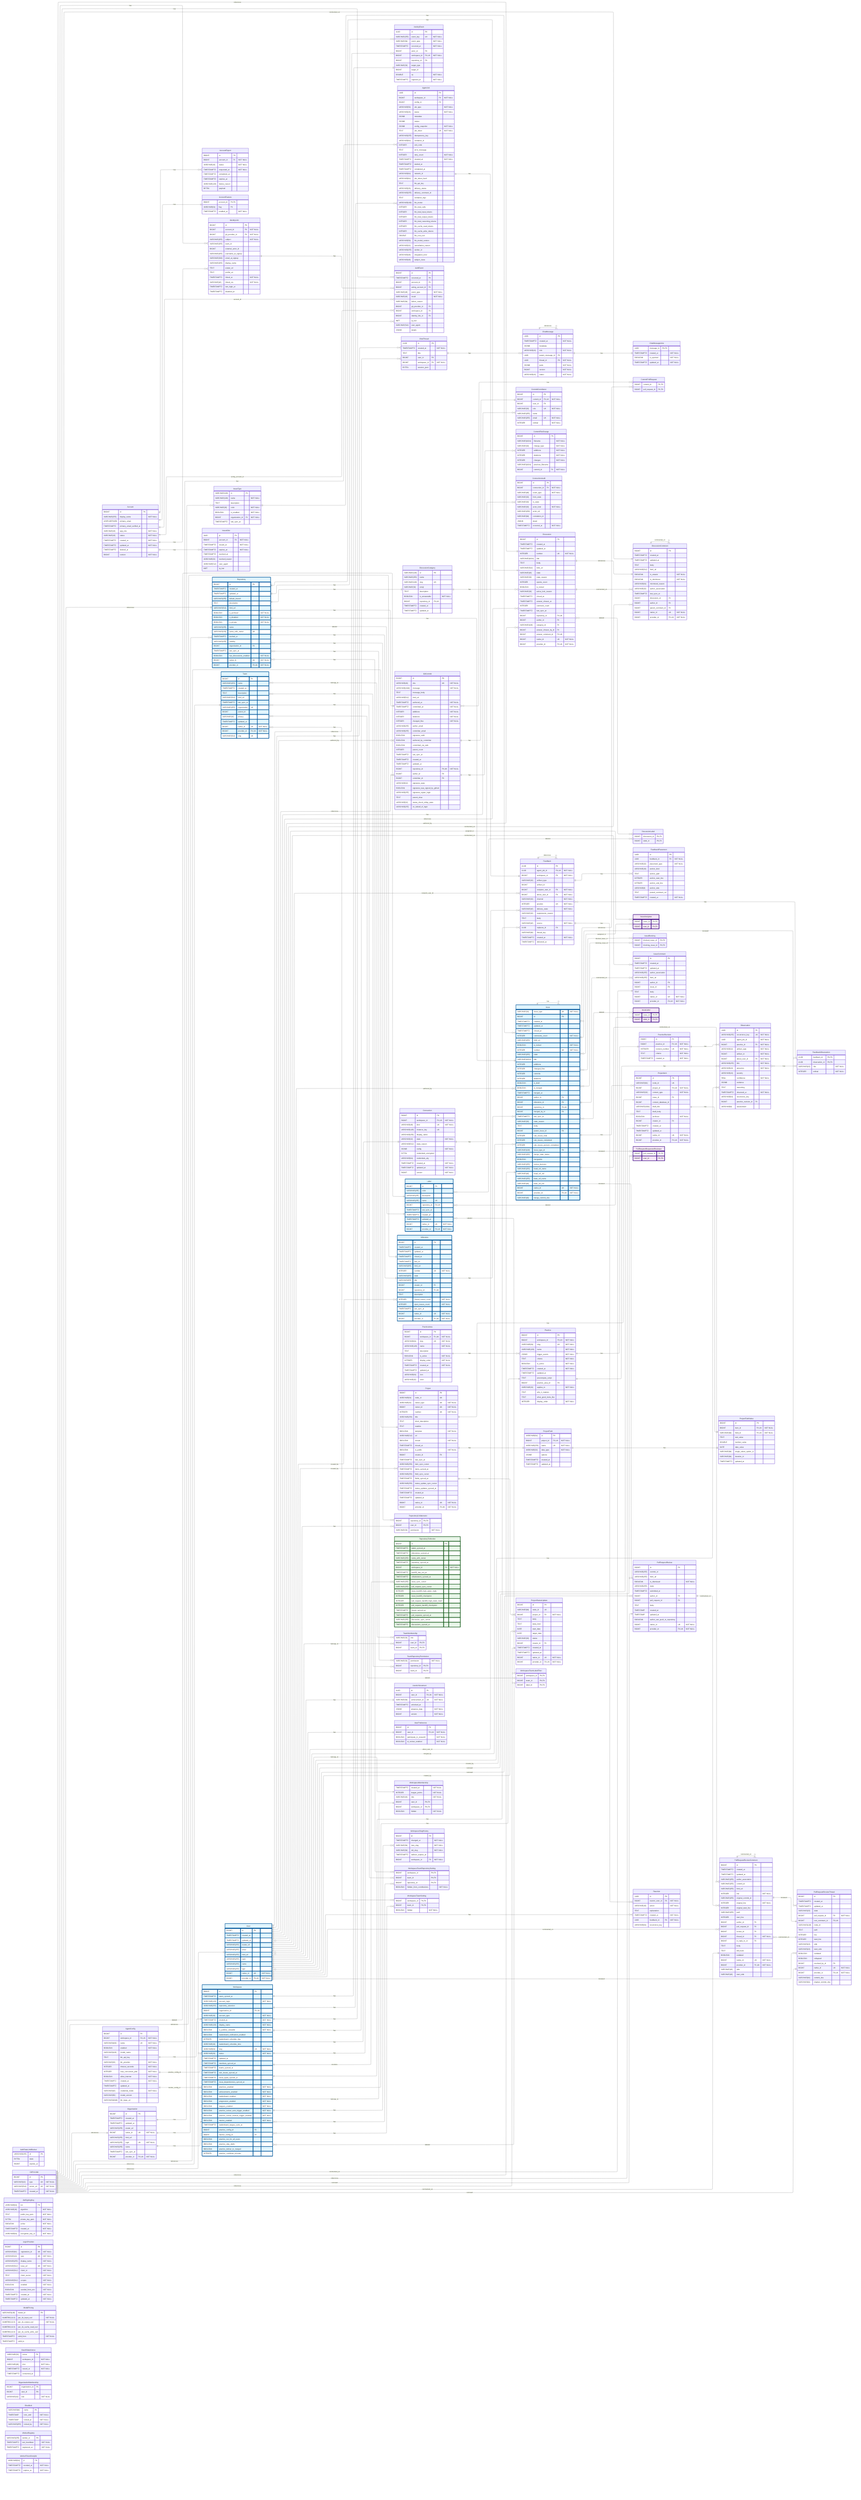
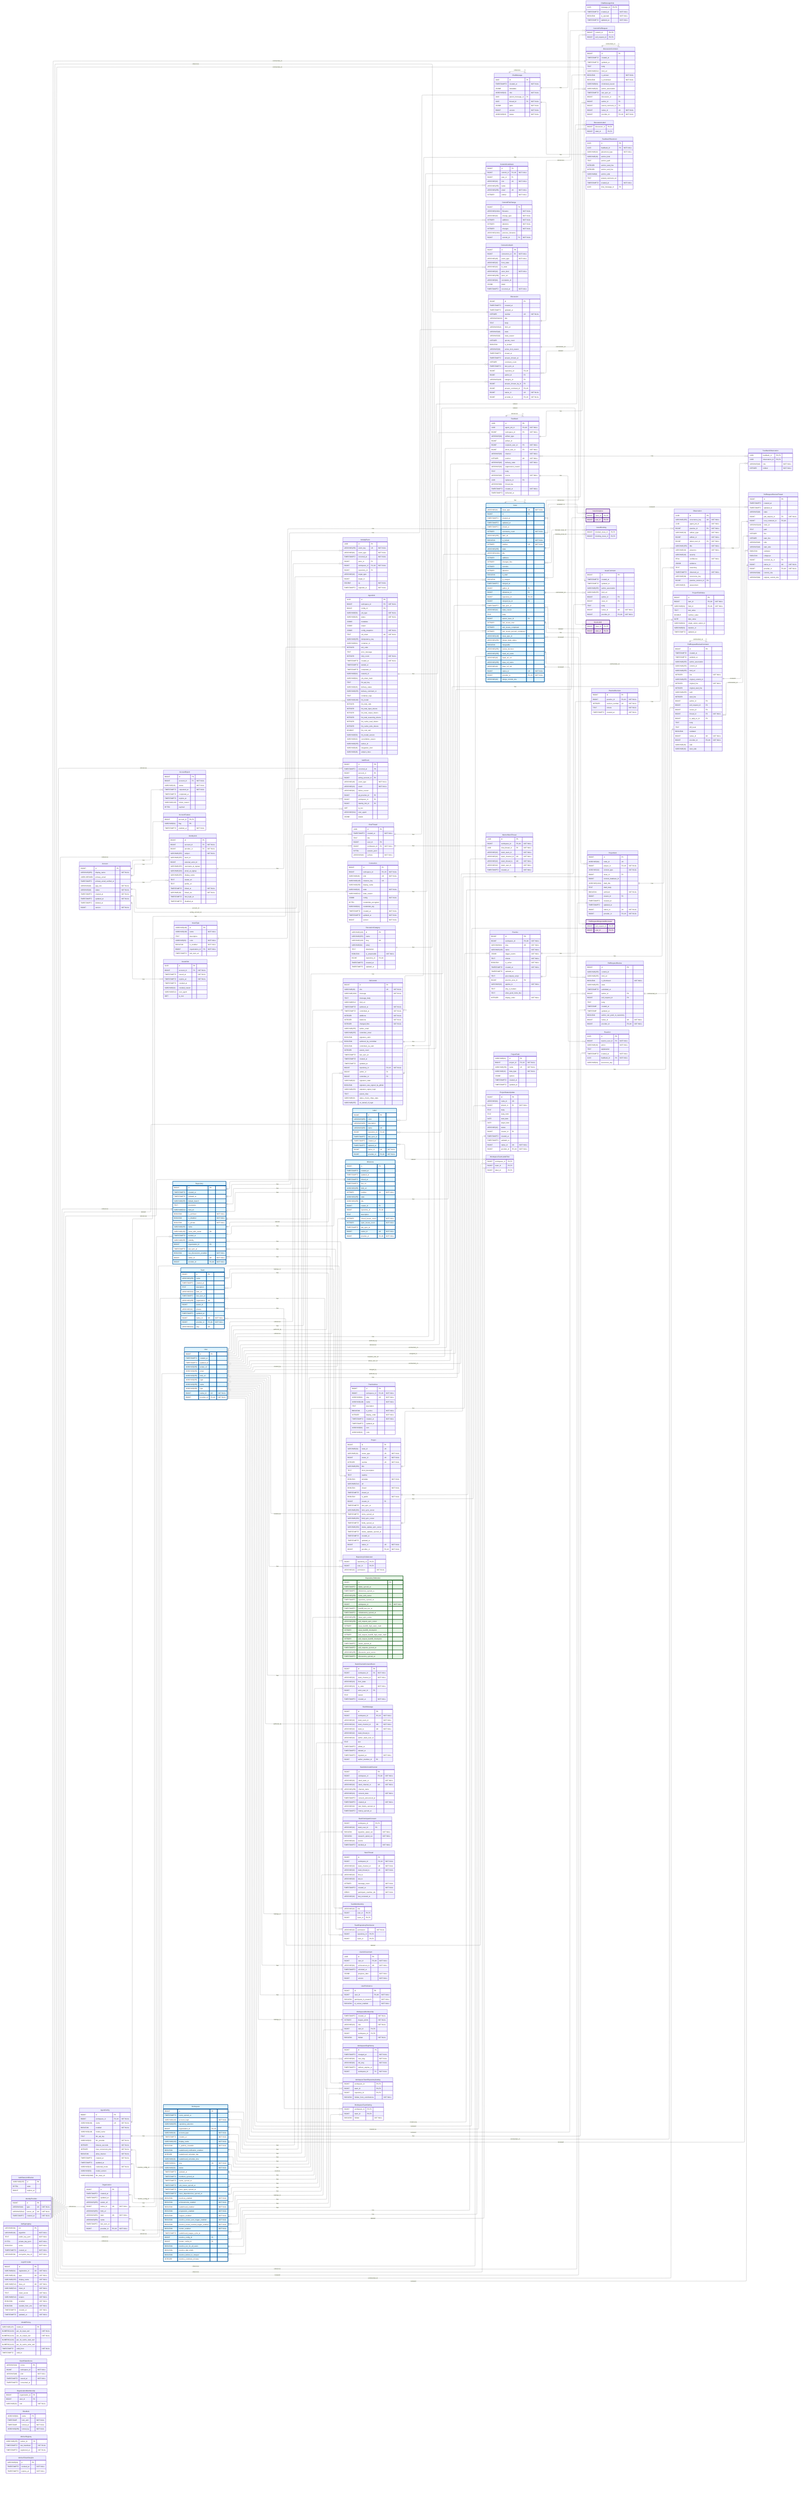
---
config:
    layout: elk
---
erDiagram
    %% Generated automatically from PostgreSQL database schema
    %% using scripts/generate-mermaid-erd.ts
    %% To regenerate: pnpm run db:generate-erd-docs

    direction LR

    Account {
        BIGINT id PK
        VARCHAR(255) display_name "NOT NULL"
        USER-DEFINED primary_email
        TIMESTAMPTZ primary_email_verified_at
        VARCHAR(16) app_role "NOT NULL"
        VARCHAR(16) status "NOT NULL"
        TIMESTAMPTZ created_at "NOT NULL"
        TIMESTAMPTZ updated_at "NOT NULL"
        TIMESTAMPTZ deleted_at
        BIGINT version "NOT NULL"
    }

    AccountExport {
        BIGINT id PK
        BIGINT account_id FK "NOT NULL"
        VARCHAR(16) status "NOT NULL"
        TIMESTAMPTZ requested_at "NOT NULL"
        TIMESTAMPTZ completed_at
        TIMESTAMPTZ expires_at
        VARCHAR(128) failure_reason
        BYTEA payload
    }

    AccountFeature {
        BIGINT account_id PK,FK
        VARCHAR(64) flag PK
        TIMESTAMPTZ enabled_at "NOT NULL"
    }

    ActivityEvent {
        UUID id PK
        VARCHAR(255) event_key UK "NOT NULL"
        VARCHAR(64) event_type "NOT NULL"
        TIMESTAMPTZ occurred_at "NOT NULL"
        BIGINT actor_id FK
        BIGINT workspace_id FK,UK "NOT NULL"
        BIGINT repository_id FK
        VARCHAR(32) target_type
        BIGINT target_id
        DOUBLE xp "NOT NULL"
        TIMESTAMPTZ ingested_at "NOT NULL"
    }

    AgentConfig {
        BIGINT id PK
        BIGINT workspace_id FK,UK "NOT NULL"
        VARCHAR(100) name UK "NOT NULL"
        BOOLEAN enabled "NOT NULL"
        VARCHAR(128) model_name
        TEXT llm_api_key
        VARCHAR(32) llm_provider "NOT NULL"
        INTEGER timeout_seconds "NOT NULL"
        INTEGER max_concurrent_jobs "NOT NULL"
        BOOLEAN allow_internet "NOT NULL"
        TIMESTAMPTZ created_at "NOT NULL"
        TIMESTAMPTZ updated_at
        VARCHAR(16) credential_mode "NOT NULL"
        VARCHAR(50) model_version
        VARCHAR(2048) llm_base_url
    }

    AgentJob {
        UUID id PK
        BIGINT workspace_id FK "NOT NULL"
        BIGINT config_id FK
        VARCHAR(50) job_type "NOT NULL"
        VARCHAR(20) status "NOT NULL"
        JSONB metadata
        JSONB output
        JSONB config_snapshot "NOT NULL"
        TEXT job_token UK "NOT NULL"
        VARCHAR(255) idempotency_key
        VARCHAR(64) container_id
        INTEGER exit_code
        TEXT error_message
        INTEGER retry_count "NOT NULL"
        TIMESTAMPTZ created_at "NOT NULL"
        TIMESTAMPTZ started_at
        TIMESTAMPTZ completed_at
        VARCHAR(64) network_id
        VARCHAR(64) job_token_hash
        TEXT llm_api_key
        VARCHAR(20) delivery_status
        VARCHAR(255) delivery_comment_id
        TEXT container_logs
        VARCHAR(100) llm_model
        INTEGER llm_total_calls
        INTEGER llm_total_input_tokens
        INTEGER llm_total_output_tokens
        INTEGER llm_total_reasoning_tokens
        INTEGER llm_cache_read_tokens
        INTEGER llm_cache_write_tokens
        DOUBLE llm_cost_usd
        VARCHAR(50) llm_model_version
        VARCHAR(32) cancellation_reason
        VARCHAR(255) worker_id
        VARCHAR(48) integration_kind
        VARCHAR(48) subject_class
    }

    AuthEvent {
        BIGINT id PK
        TIMESTAMPTZ occurred_at PK
        BIGINT account_id FK
        BIGINT acting_account_id FK
        VARCHAR(48) event_type "NOT NULL"
        VARCHAR(16) result "NOT NULL"
        VARCHAR(64) failure_reason
        BIGINT git_provider_id FK
        BIGINT workspace_id FK
        BIGINT identity_link_id FK
        INET ip_inet
        VARCHAR(512) user_agent
        JSONB details
    }

    AuthRateLimitBucket {
        VARCHAR(255) id PK
        BYTEA state
        BIGINT expires_at
    }

    ChatMessage {
        UUID id PK
        TIMESTAMPTZ created_at "NOT NULL"
        JSONB metadata
        VARCHAR(16) role "NOT NULL"
        UUID parent_message_id FK
        UUID thread_id FK "NOT NULL"
        JSONB parts "NOT NULL"
        BIGINT version "NOT NULL"
        VARCHAR(16) status "NOT NULL"
    }

    ChatMessageVote {
        UUID message_id PK,FK
        TIMESTAMPTZ created_at "NOT NULL"
        BOOLEAN is_upvoted "NOT NULL"
        TIMESTAMPTZ updated_at "NOT NULL"
    }

    ChatThread {
        UUID id PK
        TIMESTAMPTZ created_at "NOT NULL"
        TEXT title
        BIGINT user_id FK
        BIGINT workspace_id FK "NOT NULL"
        BYTEA session_jsonl
+         VARCHAR(16) surface "NOT NULL"
    }

    CommitContributor {
        BIGINT id PK
        BIGINT commit_id FK,UK "NOT NULL"
        BIGINT user_id FK
        VARCHAR(32) role UK "NOT NULL"
        VARCHAR(255) name
        VARCHAR(255) email UK "NOT NULL"
        INTEGER ordinal "NOT NULL"
    }

    CommitFileChange {
        BIGINT id PK
        VARCHAR(1024) filename "NOT NULL"
        VARCHAR(32) change_type "NOT NULL"
        INTEGER additions "NOT NULL"
        INTEGER deletions "NOT NULL"
        INTEGER changes "NOT NULL"
        VARCHAR(1024) previous_filename
        BIGINT commit_id FK "NOT NULL"
    }

    CommitPullRequest {
        BIGINT commit_id PK,FK
        BIGINT pull_request_id PK,FK
    }

    Connection {
        BIGINT id PK
        BIGINT workspace_id FK,UK "NOT NULL"
        VARCHAR(48) kind UK "NOT NULL"
        VARCHAR(128) instance_key UK
        VARCHAR(256) display_name
        VARCHAR(32) state "NOT NULL"
        VARCHAR(512) state_reason
        JSONB config "NOT NULL"
        BYTEA credentials_encrypted
        VARCHAR(64) credentials_alg
        TIMESTAMPTZ created_at "NOT NULL"
        TIMESTAMPTZ updated_at "NOT NULL"
        BIGINT version "NOT NULL"
    }

    ConnectionAudit {
        BIGINT id PK
        BIGINT connection_id FK "NOT NULL"
        VARCHAR(48) event_type "NOT NULL"
        VARCHAR(32) from_state
        VARCHAR(32) to_state
        VARCHAR(32) actor_kind "NOT NULL"
        VARCHAR(256) actor_ref
        VARCHAR(64) correlation_id
        JSONB detail
        TIMESTAMPTZ occurred_at "NOT NULL"
    }

    Discussion {
        BIGINT id PK
        TIMESTAMPTZ created_at
        TIMESTAMPTZ updated_at
        INTEGER number UK "NOT NULL"
        VARCHAR(1024) title
        TEXT body
        VARCHAR(512) html_url
        VARCHAR(16) state
        VARCHAR(32) state_reason
        INTEGER upvote_count
        BOOLEAN is_locked
        VARCHAR(32) active_lock_reason
        TIMESTAMPTZ closed_at
        TIMESTAMPTZ answer_chosen_at
        INTEGER comment_count
        TIMESTAMPTZ last_sync_at
        BIGINT repository_id FK,UK
        BIGINT author_id FK
        VARCHAR(128) category_id FK
        BIGINT answer_chosen_by_id FK
        BIGINT answer_comment_id FK,UK
        BIGINT native_id UK "NOT NULL"
        BIGINT provider_id FK,UK "NOT NULL"
    }

    DiscussionCategory {
        VARCHAR(128) id PK
        VARCHAR(255) name
        VARCHAR(128) slug UK
        VARCHAR(32) emoji
        TEXT description
        BOOLEAN is_answerable "NOT NULL"
        BIGINT repository_id FK,UK
        TIMESTAMPTZ created_at
        TIMESTAMPTZ updated_at
    }

    DiscussionComment {
        BIGINT id PK
        TIMESTAMPTZ created_at
        TIMESTAMPTZ updated_at
        TEXT body
        VARCHAR(512) html_url
        BOOLEAN is_answer "NOT NULL"
        BOOLEAN is_minimized "NOT NULL"
        VARCHAR(64) minimized_reason
        VARCHAR(32) author_association
        TIMESTAMPTZ last_sync_at
        BIGINT discussion_id FK
        BIGINT author_id FK
        BIGINT parent_comment_id FK
        BIGINT native_id UK "NOT NULL"
        BIGINT provider_id FK,UK "NOT NULL"
    }

    DiscussionLabel {
        BIGINT discussion_id PK,FK
        BIGINT label_id PK,FK
    }

    Feedback {
        UUID id PK
        UUID agent_job_id FK,UK "NOT NULL"
        BIGINT workspace_id FK "NOT NULL"
        VARCHAR(32) artifact_type
        BIGINT artifact_id
        BIGINT recipient_user_id FK "NOT NULL"
        BIGINT about_user_id FK "NOT NULL"
        VARCHAR(32) channel "NOT NULL"
        INTEGER position UK "NOT NULL"
        VARCHAR(16) delivery_state "NOT NULL"
        VARCHAR(32) suppression_reason
        TEXT body
        VARCHAR(16) source "NOT NULL"
        UUID replaces_id FK
        VARCHAR(64) thread_key
        TIMESTAMPTZ created_at "NOT NULL"
        TIMESTAMPTZ delivered_at
    }

    FeedbackObservation {
        UUID feedback_id PK,FK
        UUID observation_id PK,FK
        VARCHAR(16) role "NOT NULL"
        INTEGER ordinal "NOT NULL"
    }

    FeedbackPlacement {
        UUID id PK
        UUID feedback_id FK "NOT NULL"
        VARCHAR(32) placement_type "NOT NULL"
        VARCHAR(16) anchor_kind
        TEXT anchor_path
        INTEGER anchor_start_line
        INTEGER anchor_end_line
        VARCHAR(8) anchor_side
        TEXT posted_comment_ref
        TIMESTAMPTZ created_at "NOT NULL"
+         UUID chat_message_id FK
    }

    GitCommit {
        BIGINT id PK
        VARCHAR(40) sha UK "NOT NULL"
        VARCHAR(1024) message "NOT NULL"
        TEXT message_body
        VARCHAR(512) html_url
        TIMESTAMPTZ authored_at "NOT NULL"
        TIMESTAMPTZ committed_at "NOT NULL"
        INTEGER additions "NOT NULL"
        INTEGER deletions "NOT NULL"
        INTEGER changed_files "NOT NULL"
        VARCHAR(255) author_email
        VARCHAR(255) committer_email
        BOOLEAN signature_valid
        BOOLEAN authored_by_committer
        BOOLEAN committed_via_web
        INTEGER parent_count
        TIMESTAMPTZ last_sync_at
        TIMESTAMPTZ created_at
        TIMESTAMPTZ updated_at
        BIGINT repository_id FK,UK "NOT NULL"
        BIGINT author_id FK
        BIGINT committer_id FK
        VARCHAR(32) signature_state
        BOOLEAN signature_was_signed_by_github
        VARCHAR(255) signature_signer_login
        TEXT parent_shas
        VARCHAR(32) status_check_rollup_state
        VARCHAR(255) on_behalf_of_login
    }

-     GitProvider {
-         BIGINT id PK
-         VARCHAR(10) type UK "NOT NULL"
-         VARCHAR(512) server_url UK "NOT NULL"
-         TIMESTAMPTZ created_at "NOT NULL"
-     }
- 
    IdentityLink {
        BIGINT id PK
        BIGINT account_id FK "NOT NULL"
-         BIGINT git_provider_id FK "NOT NULL"
+         BIGINT provider_id FK "NOT NULL"
        VARCHAR(255) subject "NOT NULL"
        VARCHAR(255) team_id
        BIGINT external_actor_id
        VARCHAR(255) username_at_signup
        VARCHAR(320) email_at_signup
        VARCHAR(255) display_name
        TEXT avatar_url
        TEXT profile_url
        TIMESTAMPTZ linked_at "NOT NULL"
        VARCHAR(16) linked_via "NOT NULL"
        TIMESTAMPTZ last_login_at
        TIMESTAMPTZ disabled_at
+     }
+ 
+     IdentityProvider {
+         BIGINT id PK
+         VARCHAR(10) type UK "NOT NULL"
+         VARCHAR(512) server_url UK "NOT NULL"
+         TIMESTAMPTZ created_at "NOT NULL"
    }

    Issue {
        VARCHAR(31) issue_type UK "NOT NULL"
        BIGINT id PK
        TIMESTAMPTZ created_at
        TIMESTAMPTZ updated_at
        TIMESTAMPTZ closed_at
        INTEGER comments_count "NOT NULL"
        VARCHAR(255) html_url
        BOOLEAN is_locked "NOT NULL"
        INTEGER number UK "NOT NULL"
        VARCHAR(255) state
        VARCHAR(1024) title
        INTEGER additions
        INTEGER changed_files
        INTEGER commits
        INTEGER deletions
        BOOLEAN is_draft
        BOOLEAN is_merged
        TIMESTAMPTZ merged_at
        BIGINT author_id FK
        BIGINT milestone_id FK
        BIGINT repository_id FK,UK
        BIGINT merged_by_id FK
        TIMESTAMPTZ last_sync_at
        VARCHAR(32) state_reason
        TEXT body
        BIGINT parent_issue_id FK
        INTEGER sub_issues_total
        INTEGER sub_issues_completed
        INTEGER sub_issues_percent_completed
        VARCHAR(128) issue_type_id FK
        VARCHAR(255) merge_state_status
        BOOLEAN mergeable
        VARCHAR(255) review_decision
        VARCHAR(255) head_ref_name
        VARCHAR(40) head_ref_oid
        VARCHAR(255) base_ref_name
        VARCHAR(40) base_ref_oid
        BIGINT native_id UK "NOT NULL"
        BIGINT provider_id FK,UK "NOT NULL"
        VARCHAR(40) merge_commit_sha
    }

    IssueAssignee {
        BIGINT issue_id PK,FK
        BIGINT user_id PK,FK
    }

    IssueBlocking {
        BIGINT blocked_issue_id PK,FK
        BIGINT blocking_issue_id PK,FK
    }

    IssueComment {
        BIGINT id PK
        TIMESTAMPTZ created_at
        TIMESTAMPTZ updated_at
        VARCHAR(255) author_association
        VARCHAR(255) html_url
        BIGINT author_id FK
        BIGINT issue_id FK
        TEXT body
        BIGINT native_id UK "NOT NULL"
        BIGINT provider_id FK,UK "NOT NULL"
    }

    IssueLabel {
        BIGINT issue_id PK,FK
        BIGINT label_id PK,FK
    }

    IssueType {
        VARCHAR(128) id PK
        VARCHAR(128) name "NOT NULL"
        TEXT description
        VARCHAR(20) color "NOT NULL"
        BOOLEAN is_enabled "NOT NULL"
        BIGINT organization_id FK "NOT NULL"
        TIMESTAMPTZ last_sync_at
    }

    IssuedJwt {
        UUID jti PK
        BIGINT account_id FK "NOT NULL"
        TIMESTAMPTZ issued_at "NOT NULL"
        TIMESTAMPTZ expires_at "NOT NULL"
        TIMESTAMPTZ revoked_at
        VARCHAR(32) revoked_reason
        VARCHAR(512) user_agent
        INET ip_inet
    }

    JwtSigningKey {
        VARCHAR(64) kid PK
        VARCHAR(16) algorithm "NOT NULL"
        TEXT public_key_pem "NOT NULL"
        BYTEA private_key_pem "NOT NULL"
        BOOLEAN active "NOT NULL"
        TIMESTAMPTZ created_at "NOT NULL"
        VARCHAR(64) encryption_key_id "NOT NULL"
    }

    Label {
        BIGINT id PK
        VARCHAR(255) color
        VARCHAR(255) description
        VARCHAR(255) name UK
        BIGINT repository_id FK,UK
        TIMESTAMPTZ last_sync_at
        TIMESTAMPTZ created_at
        TIMESTAMPTZ updated_at
        BIGINT native_id UK "NOT NULL"
        BIGINT provider_id FK,UK "NOT NULL"
    }

    LoginProvider {
        BIGINT id PK
        VARCHAR(64) registration_id UK "NOT NULL"
        VARCHAR(10) type UK "NOT NULL"
        VARCHAR(255) display_name "NOT NULL"
        VARCHAR(512) base_url UK "NOT NULL"
        VARCHAR(512) client_id "NOT NULL"
        TEXT client_secret "NOT NULL"
        VARCHAR(512) scopes "NOT NULL"
        BOOLEAN enabled "NOT NULL"
        BOOLEAN seeded_from_env "NOT NULL"
        TIMESTAMPTZ created_at "NOT NULL"
        TIMESTAMPTZ updated_at "NOT NULL"
    }

+     MentorSlackThread {
+         UUID id PK
+         BIGINT workspace_id FK,UK "NOT NULL"
+         UUID chat_thread_id FK "NOT NULL"
+         VARCHAR(32) slack_team_id "NOT NULL"
+         VARCHAR(32) slack_channel_id UK "NOT NULL"
+         VARCHAR(32) slack_thread_ts UK "NOT NULL"
+         VARCHAR(32) slack_user_id "NOT NULL"
+         TIMESTAMPTZ created_at "NOT NULL"
+     }
+ 
    Milestone {
        BIGINT id PK
        TIMESTAMPTZ created_at
        TIMESTAMPTZ updated_at
        TIMESTAMPTZ closed_at
        TIMESTAMPTZ due_on
        VARCHAR(255) html_url
        INTEGER number UK "NOT NULL"
        VARCHAR(255) state
        VARCHAR(255) title
        BIGINT creator_id FK
        BIGINT repository_id FK,UK
        TEXT description
        INTEGER closed_issues_count "NOT NULL"
        INTEGER open_issues_count "NOT NULL"
        TIMESTAMPTZ last_sync_at
        BIGINT native_id UK "NOT NULL"
        BIGINT provider_id FK,UK "NOT NULL"
    }

    ModelPricing {
        VARCHAR(128) model_id PK
        NUMERIC(12,6) per_1k_input_usd "NOT NULL"
        NUMERIC(12,6) per_1k_output_usd "NOT NULL"
        NUMERIC(12,6) per_1k_cache_read_usd
        NUMERIC(12,6) per_1k_cache_write_usd
        TIMESTAMPTZ valid_from "NOT NULL"
        TIMESTAMPTZ valid_to
    }

    OauthStateNonce {
        VARCHAR(32) nonce PK
        BIGINT workspace_id "NOT NULL"
        VARCHAR(48) kind "NOT NULL"
        TIMESTAMPTZ issued_at "NOT NULL"
        TIMESTAMPTZ consumed_at
    }

    Observation {
        UUID id PK
        VARCHAR(255) occurrence_key UK "NOT NULL"
        UUID agent_job_id "NOT NULL"
        BIGINT practice_id FK "NOT NULL"
        VARCHAR(32) artifact_type "NOT NULL"
        BIGINT artifact_id "NOT NULL"
        BIGINT about_user_id FK "NOT NULL"
        VARCHAR(255) title "NOT NULL"
        VARCHAR(16) presence "NOT NULL"
        VARCHAR(16) severity
        REAL confidence "NOT NULL"
        JSONB evidence
        TEXT reasoning
        TIMESTAMPTZ observed_at "NOT NULL"
        VARCHAR(64) recurrence_key
        BIGINT practice_revision_id FK
        VARCHAR(8) assessment
    }

    Organization {
        BIGINT id PK
        TIMESTAMPTZ created_at
        TIMESTAMPTZ updated_at
        VARCHAR(255) avatar_url
        BIGINT native_id UK "NOT NULL"
        VARCHAR(255) html_url
        VARCHAR(255) login UK "NOT NULL"
        VARCHAR(255) name
        TIMESTAMPTZ last_sync_at
        BIGINT provider_id FK,UK "NOT NULL"
    }

    OrganizationMembership {
        BIGINT organization_id PK
        BIGINT user_id PK
        VARCHAR(32) role "NOT NULL"
    }

    Practice {
        BIGINT id PK
        BIGINT workspace_id FK,UK "NOT NULL"
        VARCHAR(64) slug UK "NOT NULL"
        VARCHAR(128) name "NOT NULL"
        JSONB trigger_events "NOT NULL"
        TEXT criteria "NOT NULL"
        BOOLEAN is_active "NOT NULL"
        TIMESTAMPTZ created_at "NOT NULL"
        TIMESTAMPTZ updated_at
        TEXT precompute_script
        BIGINT practice_area_id FK
        VARCHAR(32) applies_to "NOT NULL"
        TEXT why_it_matters
        TEXT what_good_looks_like
        INTEGER display_order "NOT NULL"
    }

    PracticeArea {
        BIGINT id PK
        BIGINT workspace_id FK,UK "NOT NULL"
        VARCHAR(64) slug UK "NOT NULL"
        VARCHAR(128) name "NOT NULL"
        TEXT description
        BOOLEAN is_active "NOT NULL"
        INTEGER display_order "NOT NULL"
        TIMESTAMPTZ created_at "NOT NULL"
        TIMESTAMPTZ updated_at
        VARCHAR(64) icon
        VARCHAR(32) color
    }

    PracticeRevision {
        BIGINT id PK
        BIGINT practice_id FK,UK "NOT NULL"
        INTEGER revision_number UK "NOT NULL"
        TEXT criteria "NOT NULL"
        TIMESTAMPTZ created_at "NOT NULL"
    }

    Project {
        BIGINT id PK
        VARCHAR(64) node_id UK
        VARCHAR(32) owner_type UK "NOT NULL"
        BIGINT owner_id UK "NOT NULL"
        INTEGER number UK "NOT NULL"
        VARCHAR(256) title
        TEXT short_description
        TEXT readme
        BOOLEAN template "NOT NULL"
        VARCHAR(512) url
        BOOLEAN closed "NOT NULL"
        TIMESTAMPTZ closed_at
        BOOLEAN is_public "NOT NULL"
        BIGINT creator_id FK
        TIMESTAMPTZ last_sync_at
        VARCHAR(256) item_sync_cursor
        TIMESTAMPTZ items_synced_at
        VARCHAR(256) field_sync_cursor
        TIMESTAMPTZ fields_synced_at
        VARCHAR(256) status_update_sync_cursor
        TIMESTAMPTZ status_updates_synced_at
        TIMESTAMPTZ created_at
        TIMESTAMPTZ updated_at
        BIGINT native_id UK "NOT NULL"
        BIGINT provider_id FK,UK "NOT NULL"
    }

    ProjectField {
        VARCHAR(64) id PK
        BIGINT project_id FK,UK "NOT NULL"
        VARCHAR(256) name UK "NOT NULL"
        VARCHAR(32) data_type "NOT NULL"
        JSONB options
        TIMESTAMPTZ created_at
        TIMESTAMPTZ updated_at
    }

    ProjectFieldValue {
        BIGINT id PK
        BIGINT item_id FK,UK "NOT NULL"
        VARCHAR(64) field_id FK,UK "NOT NULL"
        TEXT text_value
        DOUBLE number_value
        DATE date_value
        VARCHAR(64) single_select_option_id
        VARCHAR(64) iteration_id
        TIMESTAMPTZ updated_at
    }

    ProjectItem {
        BIGINT id PK
        VARCHAR(64) node_id UK
        BIGINT project_id FK,UK "NOT NULL"
        VARCHAR(32) content_type "NOT NULL"
        BIGINT issue_id FK
        BIGINT content_database_id
        VARCHAR(1024) draft_title
        TEXT draft_body
        BOOLEAN archived "NOT NULL"
        BIGINT creator_id FK
        TIMESTAMPTZ created_at
        TIMESTAMPTZ updated_at
        BIGINT native_id UK "NOT NULL"
        BIGINT provider_id FK,UK "NOT NULL"
    }

    ProjectStatusUpdate {
        BIGINT id PK
        VARCHAR(64) node_id UK
        BIGINT project_id FK "NOT NULL"
        TEXT body
        TEXT body_html
        DATE start_date
        DATE target_date
        VARCHAR(32) status
        BIGINT creator_id FK
        TIMESTAMPTZ created_at
        TIMESTAMPTZ updated_at
        BIGINT native_id UK "NOT NULL"
        BIGINT provider_id FK,UK "NOT NULL"
    }

    PullRequestRequestedReviewer {
        BIGINT pull_request_id PK,FK
        BIGINT user_id PK,FK
    }

    PullRequestReview {
        BIGINT id PK
        VARCHAR(255) commit_id
        VARCHAR(255) html_url
        BOOLEAN is_dismissed "NOT NULL"
        VARCHAR(255) state
        TIMESTAMPTZ submitted_at
        BIGINT author_id FK
        BIGINT pull_request_id FK
        TEXT body
        TIMESTAMP created_at
        TIMESTAMP updated_at
        BOOLEAN author_can_push_to_repository
        BIGINT native_id UK "NOT NULL"
        BIGINT provider_id FK,UK "NOT NULL"
    }

    PullRequestReviewComment {
        BIGINT id PK
        TIMESTAMPTZ created_at
        TIMESTAMPTZ updated_at
        VARCHAR(255) author_association
        VARCHAR(255) commit_id
        VARCHAR(255) html_url
        INTEGER line "NOT NULL"
        VARCHAR(255) original_commit_id
        INTEGER original_line "NOT NULL"
        INTEGER original_start_line
        VARCHAR(255) path
        INTEGER start_line
        BIGINT author_id FK
        BIGINT pull_request_id FK
        BIGINT review_id FK
        BIGINT thread_id FK "NOT NULL"
        BIGINT in_reply_to_id FK
        TEXT body
        TEXT diff_hunk
        BOOLEAN outdated
        BIGINT native_id UK "NOT NULL"
        BIGINT provider_id FK,UK "NOT NULL"
        VARCHAR(16) side
        VARCHAR(16) start_side
    }

    PullRequestReviewThread {
        BIGINT id PK
        TIMESTAMPTZ created_at
        TIMESTAMPTZ updated_at
        VARCHAR(20) state
        BIGINT pull_request_id FK "NOT NULL"
        BIGINT root_comment_id FK,UK
        VARCHAR(128) node_id
        TEXT path
        INTEGER line
        INTEGER start_line
        VARCHAR(16) side
        VARCHAR(16) start_side
        BOOLEAN outdated
        BOOLEAN collapsed
        BIGINT resolved_by_id FK
        BIGINT native_id UK "NOT NULL"
        BIGINT provider_id FK,UK "NOT NULL"
        VARCHAR(64) commit_sha
        VARCHAR(64) original_commit_sha
    }

    Reaction {
        UUID id PK
        BIGINT reactor_user_id FK "NOT NULL"
        VARCHAR(16) action "NOT NULL"
        TEXT explanation
        TIMESTAMPTZ created_at "NOT NULL"
        UUID feedback_id FK "NOT NULL"
        VARCHAR(64) recurrence_key
    }

    Repository {
        BIGINT id PK
        TIMESTAMPTZ created_at
        TIMESTAMPTZ updated_at
        VARCHAR(255) default_branch
        TEXT description
        VARCHAR(512) html_url
        BOOLEAN is_archived "NOT NULL"
        BOOLEAN is_disabled "NOT NULL"
        BOOLEAN is_private "NOT NULL"
        VARCHAR(255) name
        VARCHAR(150) name_with_owner UK
        TIMESTAMPTZ pushed_at
        VARCHAR(255) visibility
        BIGINT organization_id FK
        TIMESTAMPTZ last_sync_at
        BOOLEAN has_discussions_enabled "NOT NULL"
        BIGINT native_id UK "NOT NULL"
        BIGINT provider_id FK,UK "NOT NULL"
    }

    RepositoryCollaborator {
        BIGINT repository_id PK,FK
        BIGINT user_id PK,FK
        VARCHAR(32) permission "NOT NULL"
    }

    RepositoryToMonitor {
        BIGINT id PK
        TIMESTAMPTZ labels_synced_at
        TIMESTAMPTZ milestones_synced_at
        VARCHAR(255) name_with_owner
        TIMESTAMPTZ repository_synced_at
        BIGINT workspace_id FK "NOT NULL"
        TIMESTAMPTZ backfill_last_run_at
        TIMESTAMPTZ collaborators_synced_at
        VARCHAR(255) issue_sync_cursor
        VARCHAR(255) pull_request_sync_cursor
        INTEGER issue_backfill_high_water_mark
        INTEGER issue_backfill_checkpoint
        INTEGER pull_request_backfill_high_water_mark
        INTEGER pull_request_backfill_checkpoint
        TIMESTAMPTZ issues_synced_at
        TIMESTAMPTZ pull_requests_synced_at
        VARCHAR(255) discussion_sync_cursor
        TIMESTAMPTZ discussions_synced_at
    }

    Shedlock {
        VARCHAR(64) name PK
        TIMESTAMP lock_until "NOT NULL"
        TIMESTAMP locked_at "NOT NULL"
        VARCHAR(255) locked_by "NOT NULL"
    }

+     SlackChannelConsentEvent {
+         BIGINT id PK
+         BIGINT workspace_id FK "NOT NULL"
+         VARCHAR(32) slack_channel_id "NOT NULL"
+         VARCHAR(16) from_state
+         VARCHAR(16) to_state "NOT NULL"
+         BIGINT actor_user_id FK
+         TEXT reason
+         TIMESTAMPTZ created_at "NOT NULL"
+     }
+ 
+     SlackMessage {
+         BIGINT id PK
+         BIGINT workspace_id FK,UK "NOT NULL"
+         VARCHAR(32) slack_team_id "NOT NULL"
+         VARCHAR(32) slack_channel_id UK "NOT NULL"
+         VARCHAR(32) slack_ts UK "NOT NULL"
+         VARCHAR(32) slack_thread_ts
+         VARCHAR(32) author_slack_user_id
+         TEXT text
+         TIMESTAMPTZ edited_at
+         TIMESTAMPTZ deleted_at
+         TIMESTAMPTZ ingested_at "NOT NULL"
+         BIGINT author_member_id FK
+     }
+ 
+     SlackMonitoredChannel {
+         BIGINT id PK
+         BIGINT workspace_id FK,UK "NOT NULL"
+         VARCHAR(32) slack_team_id "NOT NULL"
+         VARCHAR(32) slack_channel_id UK "NOT NULL"
+         VARCHAR(256) channel_name
+         VARCHAR(16) consent_state "NOT NULL"
+         TIMESTAMPTZ consent_announced_at
+         TIMESTAMPTZ created_at "NOT NULL"
+         VARCHAR(32) last_history_synced_ts
+         TIMESTAMPTZ history_synced_at
+     }
+ 
+     SlackParticipantConsent {
+         BIGINT workspace_id PK,FK
+         VARCHAR(32) slack_user_id PK
+         BOOLEAN ingestion_opted_out "NOT NULL"
+         BOOLEAN research_opted_out "NOT NULL"
+         VARCHAR(32) source
+         TIMESTAMPTZ decided_at "NOT NULL"
+     }
+ 
+     SlackThread {
+         BIGINT id PK
+         BIGINT workspace_id FK,UK "NOT NULL"
+         VARCHAR(32) slack_channel_id UK "NOT NULL"
+         VARCHAR(32) slack_thread_ts UK "NOT NULL"
+         VARCHAR(32) first_ts
+         VARCHAR(32) last_ts
+         INTEGER message_count "NOT NULL"
+         TIMESTAMPTZ created_at "NOT NULL"
+         ARRAY participant_member_ids "NOT NULL"
+         VARCHAR(32) last_reviewed_ts
+     }
+ 
    Team {
        BIGINT id PK
        VARCHAR(255) name
        TIMESTAMPTZ created_at
        TEXT description
        VARCHAR(512) html_url
        TIMESTAMPTZ last_sync_at
        VARCHAR(255) organization UK
        BIGINT parent_id
        VARCHAR(32) privacy
        TIMESTAMPTZ updated_at
        BIGINT native_id UK "NOT NULL"
        BIGINT provider_id FK,UK "NOT NULL"
        VARCHAR(512) slug UK
    }

    TeamMembership {
        VARCHAR(32) role
        BIGINT user_id PK,FK
        BIGINT team_id PK,FK
    }

    TeamRepositoryPermission {
        VARCHAR(32) permission "NOT NULL"
        BIGINT repository_id PK,FK
        BIGINT team_id PK,FK
    }

    User {
        BIGINT id PK
        TIMESTAMPTZ created_at
        TIMESTAMPTZ updated_at
        VARCHAR(255) avatar_url
        VARCHAR(255) email
        VARCHAR(255) html_url
        VARCHAR(255) login
        VARCHAR(255) name
        VARCHAR(255) type
        BIGINT native_id UK "NOT NULL"
        BIGINT provider_id FK,UK "NOT NULL"
    }

    UserAchievement {
        UUID id PK
        BIGINT user_id FK,UK "NOT NULL"
        VARCHAR(64) achievement_id UK "NOT NULL"
        TIMESTAMPTZ unlocked_at
        JSONB progress_data "NOT NULL"
        BIGINT version "NOT NULL"
    }

    UserPreference {
        BIGINT id PK
        BIGINT user_id FK,UK "NOT NULL"
        BOOLEAN participate_in_research "NOT NULL"
        BOOLEAN ai_review_enabled "NOT NULL"
    }

    WorkerRegistry {
        VARCHAR(255) worker_id PK
        TIMESTAMPTZ last_heartbeat "NOT NULL"
        TIMESTAMPTZ registered_at "NOT NULL"
    }

    WorkerTokenDenylist {
        VARCHAR(64) jti PK
        TIMESTAMPTZ revoked_at "NOT NULL"
        TIMESTAMPTZ expires_at "NOT NULL"
    }

    Workspace {
        BIGINT id PK
        TIMESTAMPTZ users_synced_at
        VARCHAR(120) account_login "NOT NULL"
        VARCHAR(255) repository_selection
        BIGINT organization_id FK,UK
        VARCHAR(10) account_type "NOT NULL"
        TIMESTAMPTZ created_at "NOT NULL"
        VARCHAR(120) display_name "NOT NULL"
        BOOLEAN is_publicly_viewable "NOT NULL"
        BOOLEAN leaderboard_notification_enabled
        INTEGER leaderboard_schedule_day
        VARCHAR(10) leaderboard_schedule_time
        VARCHAR(64) slug UK "NOT NULL"
        VARCHAR(20) status "NOT NULL"
        TIMESTAMPTZ updated_at
        TIMESTAMPTZ members_synced_at
        TIMESTAMPTZ teams_synced_at
        TIMESTAMPTZ sub_issues_synced_at
        TIMESTAMPTZ issue_types_synced_at
        TIMESTAMPTZ issue_dependencies_synced_at
        BOOLEAN practices_enabled "NOT NULL"
        BOOLEAN achievements_enabled "NOT NULL"
        BOOLEAN leaderboard_enabled "NOT NULL"
        BOOLEAN progression_enabled "NOT NULL"
        BOOLEAN leagues_enabled "NOT NULL"
        BOOLEAN practice_review_auto_trigger_enabled "NOT NULL"
        BOOLEAN practice_review_manual_trigger_enabled "NOT NULL"
        BOOLEAN mentor_enabled "NOT NULL"
        TIMESTAMPTZ leaderboard_league_cycle_at
        BIGINT practice_config_id FK
        BIGINT mentor_config_id FK
        BOOLEAN practice_run_for_all_users
        BOOLEAN practice_skip_drafts
        BOOLEAN practice_deliver_to_merged
        INTEGER practice_cooldown_minutes
    }

    WorkspaceMembership {
        TIMESTAMPTZ created_at "NOT NULL"
        INTEGER league_points "NOT NULL"
        VARCHAR(16) role "NOT NULL"
        BIGINT user_id PK,FK
        BIGINT workspace_id PK,FK
        BOOLEAN hidden "NOT NULL"
    }

    WorkspaceSlugHistory {
        BIGINT id PK
        TIMESTAMPTZ changed_at "NOT NULL"
        VARCHAR(64) new_slug "NOT NULL"
        VARCHAR(64) old_slug "NOT NULL"
        TIMESTAMPTZ redirect_expires_at
        BIGINT workspace_id FK "NOT NULL"
    }

    WorkspaceTeamLabelFilter {
        BIGINT workspace_id PK,FK
        BIGINT team_id PK,FK
        BIGINT label_id PK,FK
    }

    WorkspaceTeamRepositorySetting {
        BIGINT workspace_id PK,FK
        BIGINT team_id PK,FK
        BIGINT repository_id PK,FK
        BOOLEAN hidden_from_contributions "NOT NULL"
    }

    WorkspaceTeamSetting {
        BIGINT workspace_id PK,FK
        BIGINT team_id PK,FK
        BOOLEAN hidden "NOT NULL"
    }

    %% Relationships
    %% One-to-One relationships
    Account ||--|| AccountFeature : has
    Workspace ||--|| ActivityEvent : has
    Workspace ||--|| AgentConfig : has
    ChatMessage ||--|| ChatMessageVote : has
    GitCommit ||--|| CommitContributor : has
    Workspace ||--|| Connection : has
    Repository ||--|| Discussion : has
    DiscussionComment ||--|| Discussion : references
-     GitProvider ||--|| Discussion : references
+     IdentityProvider ||--|| Discussion : references
    Repository ||--|| DiscussionCategory : has
-     GitProvider ||--|| DiscussionComment : commented_on
+     IdentityProvider ||--|| DiscussionComment : commented_on
    AgentJob ||--|| Feedback : has
    Repository ||--|| GitCommit : has
    Repository ||--|| Issue : has
-     GitProvider ||--|| Issue : references
-     GitProvider ||--|| IssueComment : commented_on
+     IdentityProvider ||--|| Issue : references
+     IdentityProvider ||--|| IssueComment : commented_on
    Repository ||--|| Label : labeled
-     GitProvider ||--|| Label : labeled
+     IdentityProvider ||--|| Label : labeled
+     Workspace ||--|| MentorSlackThread : has
    Repository ||--|| Milestone : has
-     GitProvider ||--|| Milestone : references
-     GitProvider ||--|| Organization : references
+     IdentityProvider ||--|| Milestone : references
+     IdentityProvider ||--|| Organization : references
    Workspace ||--|| Practice : has
    Workspace ||--|| PracticeArea : has
    Practice ||--|| PracticeRevision : has
-     GitProvider ||--|| Project : references
+     IdentityProvider ||--|| Project : references
    Project ||--|| ProjectField : has
    ProjectItem ||--|| ProjectFieldValue : has
    ProjectField ||--|| ProjectFieldValue : has
    Project ||--|| ProjectItem : has
-     GitProvider ||--|| ProjectItem : references
-     GitProvider ||--|| ProjectStatusUpdate : references
-     GitProvider ||--|| PullRequestReview : reviewed
-     GitProvider ||--|| PullRequestReviewComment : commented_on
+     IdentityProvider ||--|| ProjectItem : references
+     IdentityProvider ||--|| ProjectStatusUpdate : references
+     IdentityProvider ||--|| PullRequestReview : reviewed
+     IdentityProvider ||--|| PullRequestReviewComment : commented_on
    PullRequestReviewComment ||--|| PullRequestReviewThread : reviewed
-     GitProvider ||--|| PullRequestReviewThread : reviewed
-     GitProvider ||--|| Repository : references
-     GitProvider ||--|| Team : references
-     GitProvider ||--|| User : references
+     IdentityProvider ||--|| PullRequestReviewThread : reviewed
+     IdentityProvider ||--|| Repository : references
+     Workspace ||--|| SlackMessage : has
+     Workspace ||--|| SlackMonitoredChannel : has
+     Workspace ||--|| SlackParticipantConsent : has
+     Workspace ||--|| SlackThread : has
+     IdentityProvider ||--|| Team : references
+     IdentityProvider ||--|| User : references
    User ||--|| UserAchievement : has
    User ||--|| UserPreference : has
    Organization ||--|| Workspace : has
    User ||--|| WorkspaceMembership : belongs_to
    Workspace ||--|| WorkspaceMembership : belongs_to

    %% One-to-Many relationships
    Account ||--o{ AccountExport : has
    User ||--o{ ActivityEvent : references
    Repository ||--o{ ActivityEvent : has
    Workspace ||--o{ AgentJob : has
    AgentConfig ||--o{ AgentJob : has
    Account ||--o{ AuthEvent : account_id
    Account ||--o{ AuthEvent : acting_account_id
-     GitProvider ||--o{ AuthEvent : has
+     IdentityProvider ||--o{ AuthEvent : references
    Workspace ||--o{ AuthEvent : has
    IdentityLink ||--o{ AuthEvent : has
    ChatMessage ||--o{ ChatMessage : references
    ChatThread ||--o{ ChatMessage : has
    User ||--o{ ChatThread : has
    Workspace ||--o{ ChatThread : has
    User ||--o{ CommitContributor : has
    GitCommit ||--o{ CommitFileChange : has
    Connection ||--o{ ConnectionAudit : has
    User ||--o{ Discussion : authored_by
    DiscussionCategory ||--o{ Discussion : has
    User ||--o{ Discussion : references
    Discussion ||--o{ DiscussionComment : commented_on
    User ||--o{ DiscussionComment : commented_on
    DiscussionComment ||--o{ DiscussionComment : commented_on
    Workspace ||--o{ Feedback : has
    User ||--o{ Feedback : recipient_user_id
    User ||--o{ Feedback : about_user_id
    Feedback ||--o{ Feedback : references
    Feedback ||--o{ FeedbackPlacement : has
+     ChatMessage ||--o{ FeedbackPlacement : has
    User ||--o{ GitCommit : authored_by
    User ||--o{ GitCommit : references
    Account ||--o{ IdentityLink : has
-     GitProvider ||--o{ IdentityLink : has
+     IdentityProvider ||--o{ IdentityLink : references
    User ||--o{ Issue : authored_by
    Milestone ||--o{ Issue : has
    User ||--o{ Issue : merged_by
    Issue ||--o{ Issue : has
    IssueType ||--o{ Issue : has
    User ||--o{ IssueComment : commented_on
    Issue ||--o{ IssueComment : commented_on
    Organization ||--o{ IssueType : has
    Account ||--o{ IssuedJwt : has
+     ChatThread ||--o{ MentorSlackThread : has
    User ||--o{ Milestone : created_by
    Practice ||--o{ Observation : has
    User ||--o{ Observation : has
    PracticeRevision ||--o{ Observation : has
    PracticeArea ||--o{ Practice : has
    User ||--o{ Project : created_by
    Issue ||--o{ ProjectItem : has
    User ||--o{ ProjectItem : created_by
    Project ||--o{ ProjectStatusUpdate : has
    User ||--o{ ProjectStatusUpdate : created_by
    User ||--o{ PullRequestReview : reviewed
    Issue ||--o{ PullRequestReview : reviewed
    User ||--o{ PullRequestReviewComment : commented_on
    Issue ||--o{ PullRequestReviewComment : commented_on
    PullRequestReview ||--o{ PullRequestReviewComment : commented_on
    PullRequestReviewThread ||--o{ PullRequestReviewComment : commented_on
    PullRequestReviewComment ||--o{ PullRequestReviewComment : commented_on
    Issue ||--o{ PullRequestReviewThread : reviewed
    User ||--o{ PullRequestReviewThread : reviewed
    User ||--o{ Reaction : has
    Feedback ||--o{ Reaction : has
    Organization ||--o{ Repository : has
    Workspace ||--o{ RepositoryToMonitor : monitors
+     Workspace ||--o{ SlackChannelConsentEvent : has
+     User ||--o{ SlackChannelConsentEvent : has
+     User ||--o{ SlackMessage : authored_by
    AgentConfig ||--o{ Workspace : practice_config_id
    AgentConfig ||--o{ Workspace : mentor_config_id
    Workspace ||--o{ WorkspaceSlugHistory : has

    %% Many-to-Many relationships
    GitCommit }o--o{ CommitPullRequest : has
    Issue }o--o{ CommitPullRequest : references
    Discussion }o--o{ DiscussionLabel : labeled
    Label }o--o{ DiscussionLabel : labeled
    Feedback }o--o{ FeedbackObservation : has
    Observation }o--o{ FeedbackObservation : has
    Issue }o--o{ IssueAssignee : assigned_to
    User }o--o{ IssueAssignee : assigned_to
    Issue }o--o{ IssueBlocking : blocked_issue_id
    Issue }o--o{ IssueBlocking : blocking_issue_id
    Issue }o--o{ IssueLabel : labeled
    Label }o--o{ IssueLabel : labeled
    Issue }o--o{ PullRequestRequestedReviewer : reviewed
    User }o--o{ PullRequestRequestedReviewer : reviewed
    Repository }o--o{ RepositoryCollaborator : has
    User }o--o{ RepositoryCollaborator : has
    User }o--o{ TeamMembership : belongs_to
    Team }o--o{ TeamMembership : belongs_to
    Repository }o--o{ TeamRepositoryPermission : has
    Team }o--o{ TeamRepositoryPermission : has
    Workspace }o--o{ WorkspaceTeamLabelFilter : labeled
    Team }o--o{ WorkspaceTeamLabelFilter : labeled
    Label }o--o{ WorkspaceTeamLabelFilter : labeled
    Workspace }o--o{ WorkspaceTeamRepositorySetting : has
    Team }o--o{ WorkspaceTeamRepositorySetting : has
    Repository }o--o{ WorkspaceTeamRepositorySetting : has
    Workspace }o--o{ WorkspaceTeamSetting : has
    Team }o--o{ WorkspaceTeamSetting : has

    %% Styling
    classDef primaryEntity fill:#e1f5fe,stroke:#01579b,stroke-width:2px
    classDef associationEntity fill:#f3e5f5,stroke:#4a148c,stroke-width:2px
    classDef metadataEntity fill:#e8f5e8,stroke:#1b5e20,stroke-width:2px

    class Issue primaryEntity
    class IssueAssignee associationEntity
    class IssueLabel associationEntity
    class Label primaryEntity
    class Milestone primaryEntity
    class PullRequestRequestedReviewer associationEntity
    class Repository primaryEntity
    class RepositoryToMonitor metadataEntity
    class Team primaryEntity
    class User primaryEntity
    class Workspace primaryEntity
